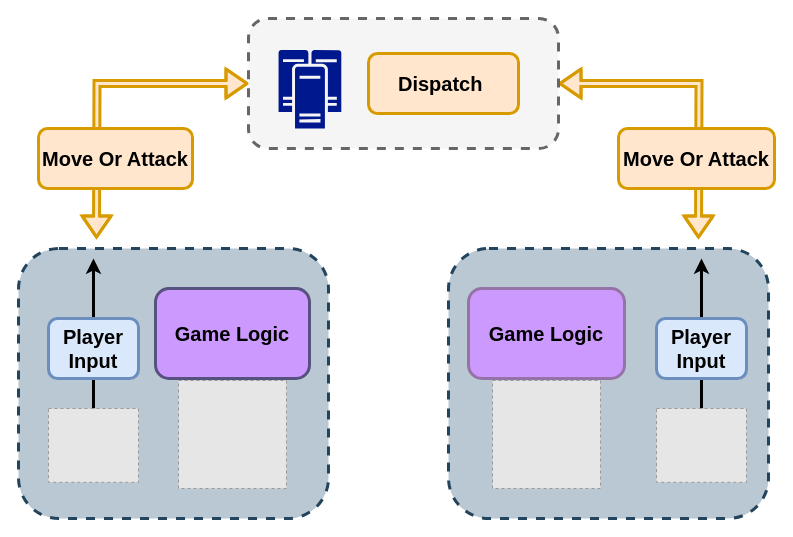
This is page "lockstep" (8 of 47) of booming/Booming ypwangv7.0 ypw new 104ppt-17.drawio from yrdimple/flowChart, a draw.io file, before an edit. Source tidied: cells renumbered, new cells numbered last; positions are measured from the earlier drawing's top-left corner, leaving out a move shared by most shapes. Both pictures are drawn from the tidied source at 100%, with x=0, y=0 at pixel (18, 18). Pictures stored in the file or linked from it are replaced by grey dashed boxes.
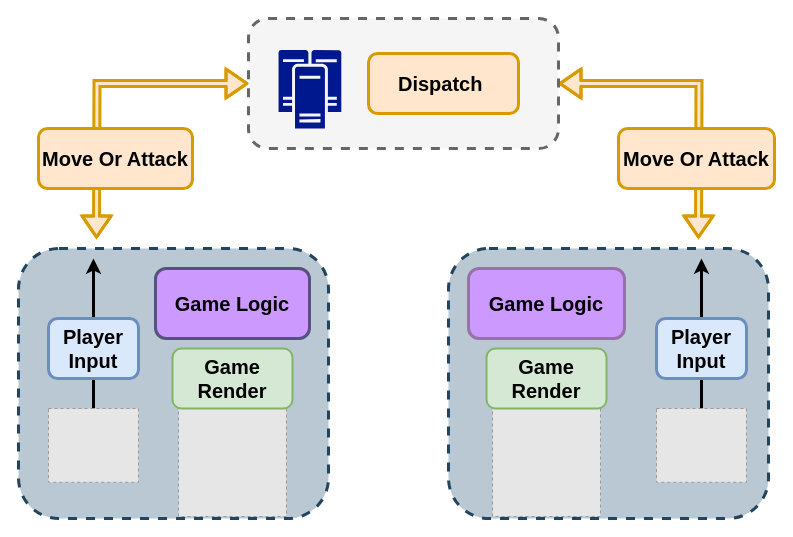
After the change.

Change to the diagram source:
```diff
@@
     <mxCell id="4" style="fillColor=#E6E6E6;strokeColor=#999999;dashed=1;html=1;verticalAlign=top;verticalLabelPosition=bottom;labelBackgroundColor=#ffffff;fontSize=20;fontStyle=1;" parent="1" vertex="1">
-      <mxGeometry x="160" y="362" width="108" height="108" as="geometry" />
+      <mxGeometry x="160" y="390" width="108" height="108" as="geometry" />
     </mxCell>
@@
     <mxCell id="7" value="Game Logic" style="rounded=1;whiteSpace=wrap;html=1;strokeWidth=3;fillColor=#CC99FF;strokeColor=#56517e;fontSize=20;fontStyle=1;" parent="1" vertex="1">
-      <mxGeometry x="137" y="270" width="154" height="90" as="geometry" />
+      <mxGeometry x="137" y="250" width="154" height="70" as="geometry" />
     </mxCell>
     <mxCell id="8" value="Game Logic" style="rounded=1;whiteSpace=wrap;html=1;strokeWidth=3;fillColor=#CC99FF;strokeColor=#9673a6;fontSize=20;fontStyle=1;" parent="1" vertex="1">
-      <mxGeometry x="450" y="270" width="156" height="90" as="geometry" />
+      <mxGeometry x="450" y="250" width="156" height="70" as="geometry" />
     </mxCell>
@@
     <mxCell id="18" style="fillColor=#E6E6E6;strokeColor=#999999;dashed=1;html=1;verticalAlign=top;verticalLabelPosition=bottom;labelBackgroundColor=#ffffff;fontSize=20;fontStyle=1;" parent="1" vertex="1">
-      <mxGeometry x="474" y="362" width="108" height="108" as="geometry" />
+      <mxGeometry x="474" y="390" width="108" height="108" as="geometry" />
     </mxCell>
@@
+    <mxCell id="21" value="Game Render" style="rounded=1;whiteSpace=wrap;html=1;strokeWidth=2;fillColor=#d5e8d4;strokeColor=#82b366;fontSize=20;fontStyle=1;" parent="1" vertex="1">
+      <mxGeometry x="154" y="330" width="120" height="60" as="geometry" />
+    </mxCell>
+    <mxCell id="22" value="Game Render" style="rounded=1;whiteSpace=wrap;html=1;strokeWidth=2;fillColor=#d5e8d4;strokeColor=#82b366;fontSize=20;fontStyle=1;" parent="1" vertex="1">
+      <mxGeometry x="468" y="330" width="120" height="60" as="geometry" />
+    </mxCell>
```
